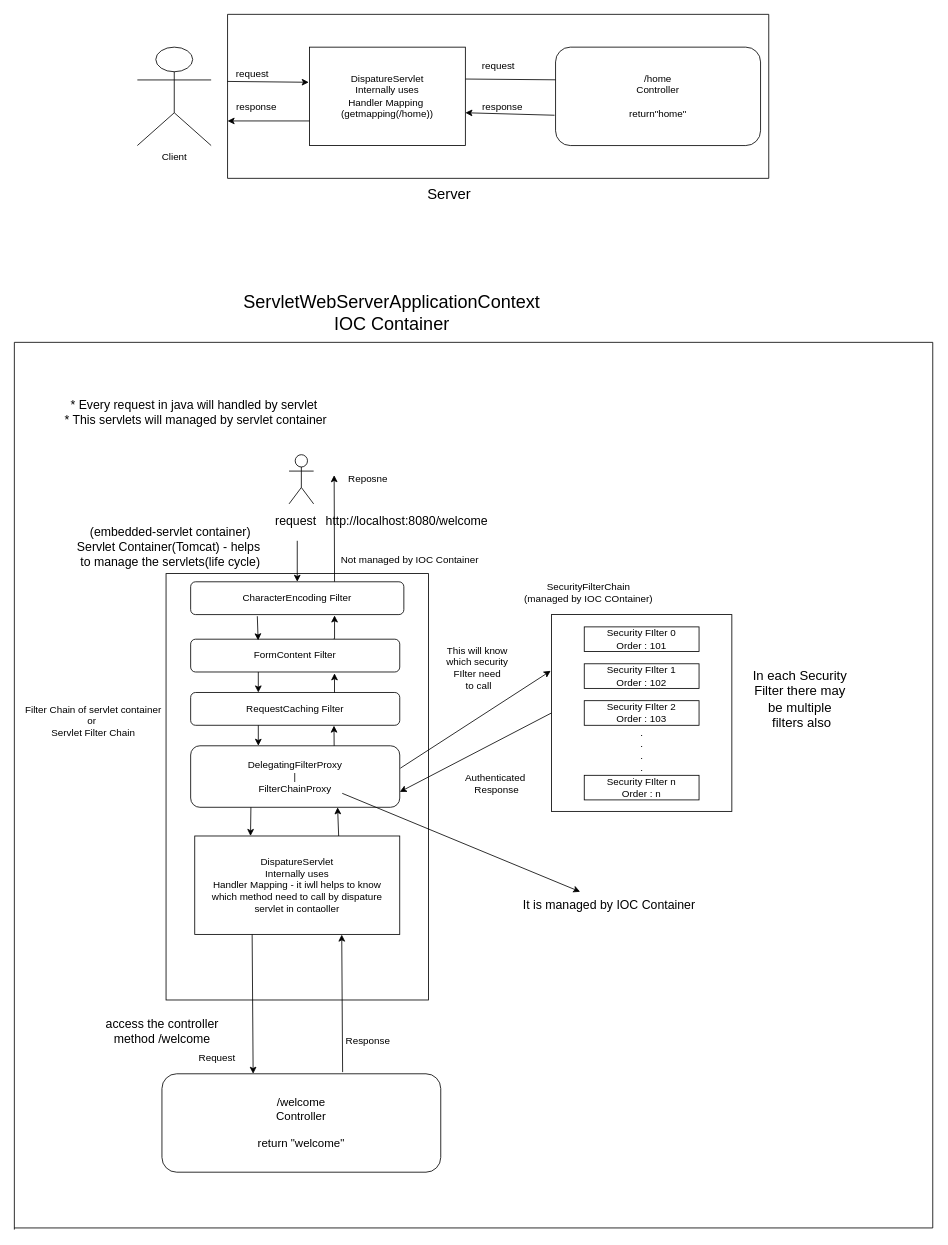
Before: Notes/2_spring_security_architecture.drawio in shwethamj/GECH_ShwethaMJ_2025, a draw.io diagram. Source tidied: cells renumbered, new cells numbered last; positions are measured from the earlier drawing's top-left corner, leaving out a move shared by most shapes. Both pictures are drawn from the tidied source at 82%, with x=0, y=0 at pixel (14, 14).
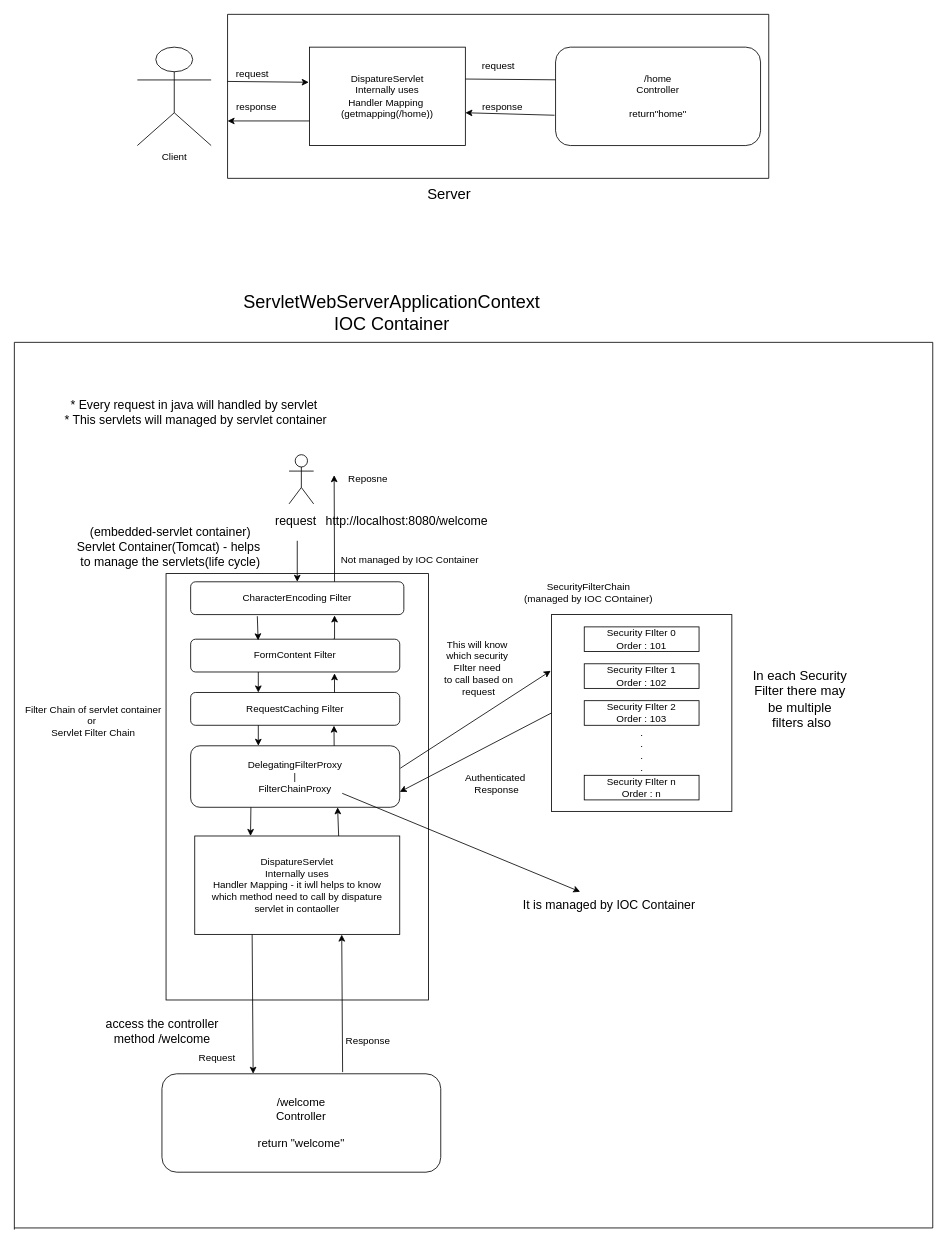
Above is the later version.

Change to the diagram source:
```diff
@@
-    <mxCell id="39" value="This will know&amp;nbsp;&lt;div&gt;which security&amp;nbsp;&lt;/div&gt;&lt;div&gt;FIlter need&amp;nbsp;&lt;/div&gt;&lt;div&gt;to call&lt;/div&gt;" style="text;html=1;align=center;verticalAlign=middle;strokeColor=none;fillColor=none;" parent="1" vertex="1">
-      <mxGeometry x="516" y="762" width="100" height="70" as="geometry" />
+    <mxCell id="39" value="This will know&amp;nbsp;&lt;div&gt;which security&amp;nbsp;&lt;/div&gt;&lt;div&gt;FIlter need&amp;nbsp;&lt;/div&gt;&lt;div&gt;to call based on&lt;/div&gt;&lt;div&gt;request&lt;/div&gt;" style="text;html=1;align=center;verticalAlign=middle;strokeColor=none;fillColor=none;" parent="1" vertex="1">
+      <mxGeometry x="511" y="752" width="110" height="90" as="geometry" />
     </mxCell>
```
